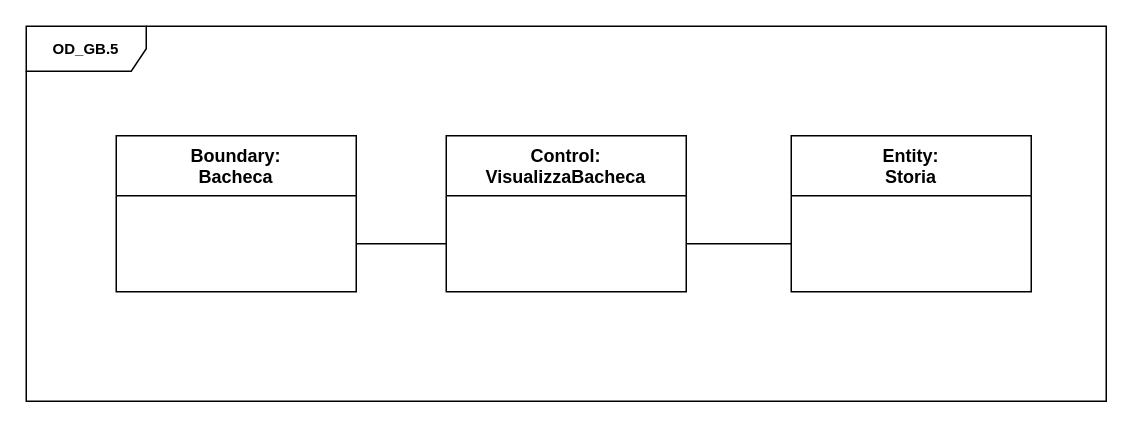
Before: page "OD_UC_GB.5" (2 of 4) of Schemi/RAD/ObjectDiagrams.drawio in EmmanuelEngineer/E.M.A.A., a draw.io diagram. Source tidied: cells renumbered, new cells numbered last; positions are measured from the earlier drawing's top-left corner, leaving out a move shared by most shapes. Both pictures are drawn from the tidied source at 150%, with x=0, y=0 at pixel (26, 26).
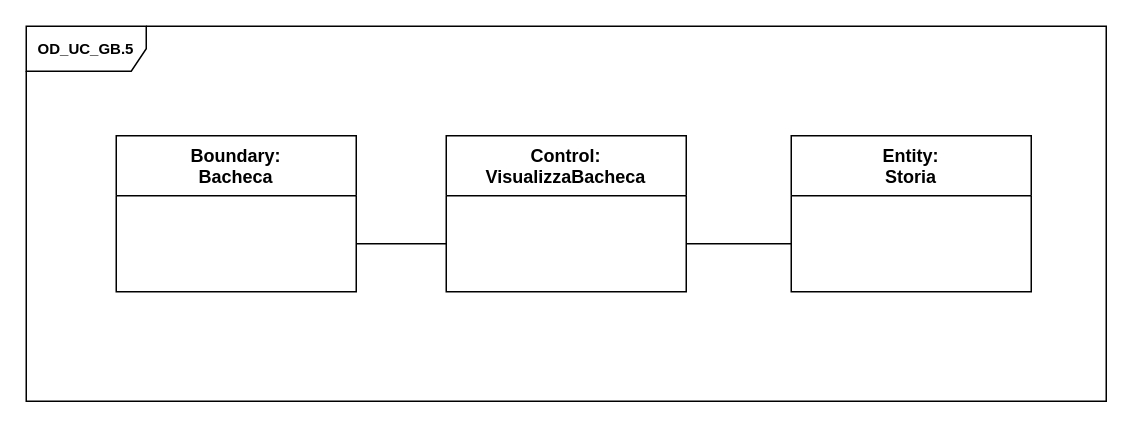
Above is the later version.

What changed in the source:
```diff
@@
 <mxGraphModel>
   <root>
     <mxCell id="0" />
     <mxCell id="1" parent="0" />
     <mxCell id="2" value="Entity:&#10;Storia" style="swimlane;fontStyle=1;align=center;verticalAlign=top;horizontal=1;startSize=40;rotation=0;" parent="1" vertex="1">
       <mxGeometry x="510" y="73" width="160" height="104" as="geometry" />
     </mxCell>
     <mxCell id="3" style="line;strokeWidth=1;fillColor=#FFFFFF;align=left;verticalAlign=middle;spacingTop=-1;spacingLeft=3;spacingRight=3;labelPosition=right;points=[];portConstraint=eastwest;strokeColor=none;" parent="2" vertex="1">
       <mxGeometry y="40" width="160" height="64" as="geometry" />
     </mxCell>
     <mxCell id="4" value="Control:&#10;VisualizzaBacheca" style="swimlane;fontStyle=1;align=center;verticalAlign=top;horizontal=1;startSize=40;" parent="1" vertex="1">
       <mxGeometry x="280" y="73" width="160" height="104" as="geometry" />
     </mxCell>
     <mxCell id="5" style="line;strokeWidth=1;fillColor=default;align=left;verticalAlign=middle;spacingTop=-1;spacingLeft=3;spacingRight=3;labelPosition=right;points=[];portConstraint=eastwest;strokeColor=none;" parent="4" vertex="1">
       <mxGeometry y="40" width="160" height="64" as="geometry" />
     </mxCell>
     <mxCell id="6" value="Boundary:&#10;Bacheca" style="swimlane;fontStyle=1;align=center;verticalAlign=top;horizontal=1;startSize=40;" parent="1" vertex="1">
       <mxGeometry x="60" y="73" width="160" height="104" as="geometry" />
     </mxCell>
     <mxCell id="7" style="line;strokeWidth=1;fillColor=none;align=left;verticalAlign=middle;spacingTop=-1;spacingLeft=3;spacingRight=3;labelPosition=right;points=[];portConstraint=eastwest;strokeColor=none;" parent="6" vertex="1">
       <mxGeometry y="40" width="160" height="64" as="geometry" />
     </mxCell>
     <mxCell id="8" style="edgeStyle=orthogonalEdgeStyle;rounded=0;jettySize=auto;html=1;endArrow=none;endFill=0;" parent="1" edge="1" source="5" target="3">
       <mxGeometry relative="1" as="geometry" />
     </mxCell>
     <mxCell id="9" style="edgeStyle=orthogonalEdgeStyle;rounded=0;jettySize=auto;html=1;endArrow=none;endFill=0;" parent="1" edge="1" source="5" target="7">
       <mxGeometry relative="1" as="geometry" />
     </mxCell>
-    <mxCell id="10" value="&lt;font style=&quot;font-size: 10px&quot;&gt;&lt;b&gt;OD_GB.5&lt;/b&gt;&lt;/font&gt;" style="shape=umlFrame;whiteSpace=wrap;html=1;width=80;height=30;" parent="1" vertex="1">
+    <mxCell id="10" value="&lt;span style=&quot;font-size: 10px&quot;&gt;&lt;b&gt;OD_UC_GB.5&lt;/b&gt;&lt;/span&gt;" style="shape=umlFrame;whiteSpace=wrap;html=1;width=80;height=30;" parent="1" vertex="1">
       <mxGeometry width="720" height="250" as="geometry" />
     </mxCell>
   </root>
 </mxGraphModel>
```
